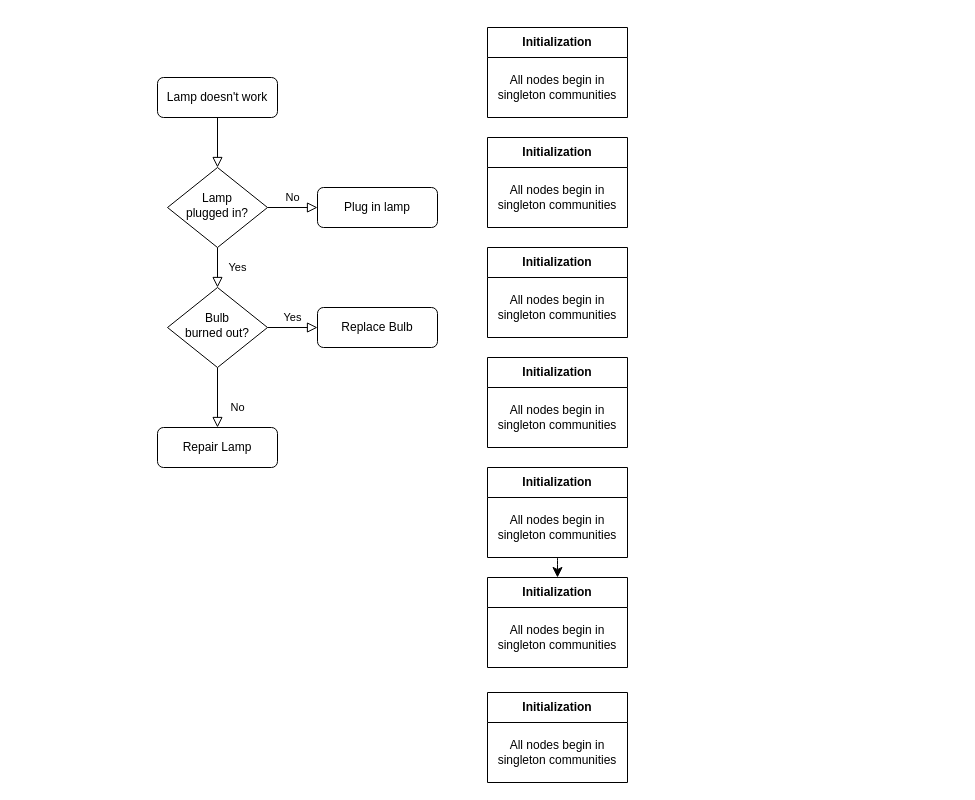
The draw.io diagram NWSC.drawio in Ekocms/blank-app, before the edit. Source tidied: cells renumbered, new cells numbered last; positions are measured from the earlier drawing's top-left corner, leaving out a move shared by most shapes. Both pictures are drawn from the tidied source at 100%, with x=0, y=0 at pixel (157, 27).
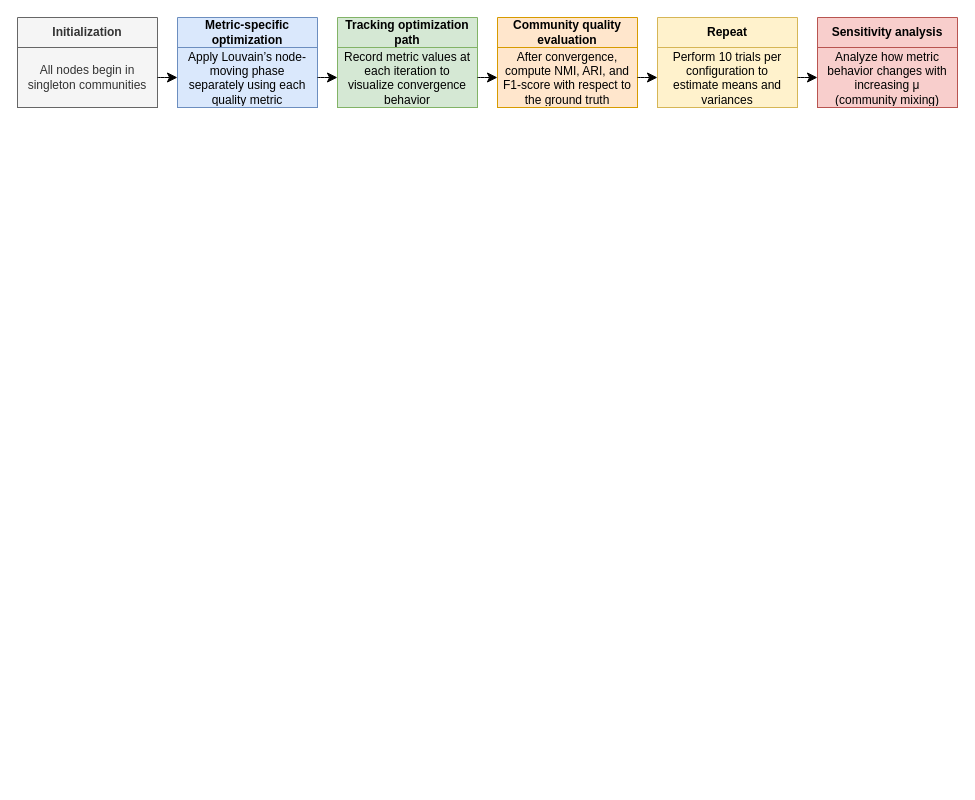
The same diagram, later.

What changed in the source:
```diff
@@
-    <mxCell id="2" style="rounded=0;html=1;jettySize=auto;fontSize=11;endArrow=block;endFill=0;endSize=8;strokeWidth=1;shadow=0;labelBackgroundColor=none;edgeStyle=orthogonalEdgeStyle;" parent="1" edge="1" source="3" target="6">
-      <mxGeometry relative="1" as="geometry" />
-    </mxCell>
-    <mxCell id="3" value="Lamp doesn't work" style="rounded=1;whiteSpace=wrap;html=1;fontSize=12;glass=0;strokeWidth=1;shadow=0;" parent="1" vertex="1">
-      <mxGeometry y="50" width="120" height="40" as="geometry" />
-    </mxCell>
-    <mxCell id="4" value="Yes" style="rounded=0;html=1;jettySize=auto;fontSize=11;endArrow=block;endFill=0;endSize=8;strokeWidth=1;shadow=0;labelBackgroundColor=none;edgeStyle=orthogonalEdgeStyle;" parent="1" edge="1" source="6" target="10">
-      <mxGeometry y="20" relative="1" as="geometry" />
-    </mxCell>
-    <mxCell id="5" value="No" style="edgeStyle=orthogonalEdgeStyle;rounded=0;html=1;jettySize=auto;fontSize=11;endArrow=block;endFill=0;endSize=8;strokeWidth=1;shadow=0;labelBackgroundColor=none;" parent="1" edge="1" source="6" target="7">
-      <mxGeometry y="10" relative="1" as="geometry" />
-    </mxCell>
-    <mxCell id="6" value="Lamp&lt;br&gt;plugged in?" style="rhombus;whiteSpace=wrap;html=1;shadow=0;fontFamily=Helvetica;fontSize=12;align=center;strokeWidth=1;spacing=6;spacingTop=-4;" parent="1" vertex="1">
-      <mxGeometry x="10" y="140" width="100" height="80" as="geometry" />
-    </mxCell>
-    <mxCell id="7" value="Plug in lamp" style="rounded=1;whiteSpace=wrap;html=1;fontSize=12;glass=0;strokeWidth=1;shadow=0;" parent="1" vertex="1">
-      <mxGeometry x="160" y="160" width="120" height="40" as="geometry" />
-    </mxCell>
-    <mxCell id="8" value="No" style="rounded=0;html=1;jettySize=auto;fontSize=11;endArrow=block;endFill=0;endSize=8;strokeWidth=1;shadow=0;labelBackgroundColor=none;edgeStyle=orthogonalEdgeStyle;" parent="1" edge="1" source="10" target="11">
-      <mxGeometry x="0.33" y="20" relative="1" as="geometry" />
-    </mxCell>
-    <mxCell id="9" value="Yes" style="edgeStyle=orthogonalEdgeStyle;rounded=0;html=1;jettySize=auto;fontSize=11;endArrow=block;endFill=0;endSize=8;strokeWidth=1;shadow=0;labelBackgroundColor=none;" parent="1" edge="1" source="10" target="12">
-      <mxGeometry y="10" relative="1" as="geometry" />
-    </mxCell>
-    <mxCell id="10" value="Bulb&lt;br&gt;burned out?" style="rhombus;whiteSpace=wrap;html=1;shadow=0;fontFamily=Helvetica;fontSize=12;align=center;strokeWidth=1;spacing=6;spacingTop=-4;" parent="1" vertex="1">
-      <mxGeometry x="10" y="260" width="100" height="80" as="geometry" />
-    </mxCell>
-    <mxCell id="11" value="Repair Lamp" style="rounded=1;whiteSpace=wrap;html=1;fontSize=12;glass=0;strokeWidth=1;shadow=0;" parent="1" vertex="1">
-      <mxGeometry y="400" width="120" height="40" as="geometry" />
-    </mxCell>
-    <mxCell id="12" value="Replace Bulb" style="rounded=1;whiteSpace=wrap;html=1;fontSize=12;glass=0;strokeWidth=1;shadow=0;" parent="1" vertex="1">
-      <mxGeometry x="160" y="280" width="120" height="40" as="geometry" />
-    </mxCell>
-    <mxCell id="13" value="&lt;b&gt;Initialization&lt;/b&gt;" style="swimlane;fontStyle=0;horizontal=1;startSize=30;whiteSpace=wrap;html=1;" parent="1" vertex="1">
-      <mxGeometry x="330" width="140" height="90" as="geometry" />
+    <mxCell id="13" value="&lt;b&gt;Initialization&lt;/b&gt;" style="swimlane;fontStyle=0;horizontal=1;startSize=30;whiteSpace=wrap;html=1;fillColor=#f5f5f5;fontColor=#333333;strokeColor=#666666;" parent="1" vertex="1">
+      <mxGeometry x="-140" y="-10" width="140" height="90" as="geometry" />
     </mxCell>
-    <mxCell id="14" value="All nodes begin in singleton communities" style="text;strokeColor=none;fillColor=none;align=center;verticalAlign=middle;spacingLeft=4;spacingRight=4;overflow=hidden;points=[[0,0.5],[1,0.5]];portConstraint=eastwest;whiteSpace=wrap;html=1;" parent="13" vertex="1">
+    <mxCell id="14" value="All nodes begin in singleton communities" style="text;strokeColor=#666666;fillColor=#f5f5f5;align=center;verticalAlign=middle;spacingLeft=4;spacingRight=4;overflow=hidden;points=[[0,0.5],[1,0.5]];portConstraint=eastwest;whiteSpace=wrap;html=1;fontColor=#333333;" parent="13" vertex="1">
       <mxGeometry y="30" width="140" height="60" as="geometry" />
     </mxCell>
-    <mxCell id="15" value="&lt;b&gt;Initialization&lt;/b&gt;" style="swimlane;fontStyle=0;horizontal=1;startSize=30;whiteSpace=wrap;html=1;" parent="1" vertex="1">
-      <mxGeometry x="330" y="110" width="140" height="90" as="geometry" />
+    <mxCell id="15" value="&lt;b&gt;Metric-specific optimization&lt;/b&gt;" style="swimlane;fontStyle=0;horizontal=1;startSize=30;whiteSpace=wrap;html=1;fillColor=#dae8fc;strokeColor=#6c8ebf;" parent="1" vertex="1">
+      <mxGeometry x="20" y="-10" width="140" height="90" as="geometry" />
     </mxCell>
-    <mxCell id="16" value="All nodes begin in singleton communities" style="text;strokeColor=none;fillColor=none;align=center;verticalAlign=middle;spacingLeft=4;spacingRight=4;overflow=hidden;points=[[0,0.5],[1,0.5]];portConstraint=eastwest;whiteSpace=wrap;html=1;" parent="15" vertex="1">
+    <mxCell id="16" value="Apply Louvain’s node-moving phase separately using each quality metric" style="text;strokeColor=#6c8ebf;fillColor=#dae8fc;align=center;verticalAlign=middle;spacingLeft=4;spacingRight=4;overflow=hidden;points=[[0,0.5],[1,0.5]];portConstraint=eastwest;whiteSpace=wrap;html=1;" parent="15" vertex="1">
       <mxGeometry y="30" width="140" height="60" as="geometry" />
     </mxCell>
-    <mxCell id="17" value="&lt;b&gt;Initialization&lt;/b&gt;" style="swimlane;fontStyle=0;horizontal=1;startSize=30;whiteSpace=wrap;html=1;" parent="1" vertex="1">
-      <mxGeometry x="330" y="220" width="140" height="90" as="geometry" />
+    <mxCell id="17" value="&lt;b&gt;Tracking optimization path&lt;/b&gt;" style="swimlane;fontStyle=0;horizontal=1;startSize=30;whiteSpace=wrap;html=1;fillColor=#d5e8d4;strokeColor=#82b366;" parent="1" vertex="1">
+      <mxGeometry x="180" y="-10" width="140" height="90" as="geometry" />
     </mxCell>
-    <mxCell id="18" value="All nodes begin in singleton communities" style="text;strokeColor=none;fillColor=none;align=center;verticalAlign=middle;spacingLeft=4;spacingRight=4;overflow=hidden;points=[[0,0.5],[1,0.5]];portConstraint=eastwest;whiteSpace=wrap;html=1;" parent="17" vertex="1">
+    <mxCell id="18" value="Record metric values at each iteration to visualize convergence behavior" style="text;strokeColor=#82b366;fillColor=#d5e8d4;align=center;verticalAlign=middle;spacingLeft=4;spacingRight=4;overflow=hidden;points=[[0,0.5],[1,0.5]];portConstraint=eastwest;whiteSpace=wrap;html=1;" parent="17" vertex="1">
       <mxGeometry y="30" width="140" height="60" as="geometry" />
     </mxCell>
-    <mxCell id="19" value="&lt;b&gt;Initialization&lt;/b&gt;" style="swimlane;fontStyle=0;horizontal=1;startSize=30;whiteSpace=wrap;html=1;" parent="1" vertex="1">
-      <mxGeometry x="330" y="330" width="140" height="90" as="geometry" />
+    <mxCell id="19" value="&lt;b&gt;Community quality evaluation&lt;/b&gt;" style="swimlane;fontStyle=0;horizontal=1;startSize=30;whiteSpace=wrap;html=1;fillColor=#ffe6cc;strokeColor=#d79b00;" parent="1" vertex="1">
+      <mxGeometry x="340" y="-10" width="140" height="90" as="geometry" />
     </mxCell>
-    <mxCell id="20" value="All nodes begin in singleton communities" style="text;strokeColor=none;fillColor=none;align=center;verticalAlign=middle;spacingLeft=4;spacingRight=4;overflow=hidden;points=[[0,0.5],[1,0.5]];portConstraint=eastwest;whiteSpace=wrap;html=1;" parent="19" vertex="1">
+    <mxCell id="20" value="After convergence, compute NMI, ARI, and F1-score with respect to the ground truth" style="text;strokeColor=#d79b00;fillColor=#ffe6cc;align=center;verticalAlign=middle;spacingLeft=4;spacingRight=4;overflow=hidden;points=[[0,0.5],[1,0.5]];portConstraint=eastwest;whiteSpace=wrap;html=1;" parent="19" vertex="1">
       <mxGeometry y="30" width="140" height="60" as="geometry" />
     </mxCell>
-    <mxCell id="21" value="&lt;b&gt;Initialization&lt;/b&gt;" style="swimlane;fontStyle=0;horizontal=1;startSize=30;whiteSpace=wrap;html=1;" parent="1" vertex="1">
-      <mxGeometry x="330" y="665" width="140" height="90" as="geometry" />
-    </mxCell>
-    <mxCell id="22" value="All nodes begin in singleton communities" style="text;strokeColor=none;fillColor=none;align=center;verticalAlign=middle;spacingLeft=4;spacingRight=4;overflow=hidden;whiteSpace=wrap;html=1;" parent="21" vertex="1">
-      <mxGeometry y="30" width="140" height="60" as="geometry" />
-    </mxCell>
-    <mxCell id="23" value="&lt;b&gt;Initialization&lt;/b&gt;" style="swimlane;fontStyle=0;horizontal=1;startSize=30;whiteSpace=wrap;html=1;" parent="1" vertex="1">
-      <mxGeometry x="330" y="550" width="140" height="90" as="geometry" />
+    <mxCell id="23" value="&lt;b&gt;Sensitivity analysis&lt;/b&gt;" style="swimlane;fontStyle=0;horizontal=1;startSize=30;whiteSpace=wrap;html=1;fillColor=#f8cecc;strokeColor=#b85450;" parent="1" vertex="1">
+      <mxGeometry x="660" y="-10" width="140" height="90" as="geometry" />
     </mxCell>
-    <mxCell id="24" value="All nodes begin in singleton communities" style="text;strokeColor=none;fillColor=none;align=center;verticalAlign=middle;spacingLeft=4;spacingRight=4;overflow=hidden;points=[[0,0.5],[1,0.5]];portConstraint=eastwest;whiteSpace=wrap;html=1;" parent="23" vertex="1">
+    <mxCell id="24" value="Analyze how metric behavior changes with increasing μ (community mixing)" style="text;strokeColor=#b85450;fillColor=#f8cecc;align=center;verticalAlign=middle;spacingLeft=4;spacingRight=4;overflow=hidden;points=[[0,0.5],[1,0.5]];portConstraint=eastwest;whiteSpace=wrap;html=1;" parent="23" vertex="1">
       <mxGeometry y="30" width="140" height="60" as="geometry" />
     </mxCell>
-    <mxCell id="25" style="edgeStyle=none;curved=1;rounded=0;jettySize=auto;html=1;exitX=0.5;exitY=1;exitDx=0;exitDy=0;entryX=0.5;entryY=0;entryDx=0;entryDy=0;fontSize=12;startSize=8;endSize=8;" parent="1" edge="1" source="26" target="23">
-      <mxGeometry relative="1" as="geometry" />
-    </mxCell>
-    <mxCell id="26" value="&lt;b&gt;Initialization&lt;/b&gt;" style="swimlane;fontStyle=0;horizontal=1;startSize=30;whiteSpace=wrap;html=1;" parent="1" vertex="1">
-      <mxGeometry x="330" y="440" width="140" height="90" as="geometry" />
+    <mxCell id="26" value="&lt;b&gt;Repeat&lt;/b&gt;" style="swimlane;fontStyle=0;horizontal=1;startSize=30;whiteSpace=wrap;html=1;fillColor=#fff2cc;strokeColor=#d6b656;" parent="1" vertex="1">
+      <mxGeometry x="500" y="-10" width="140" height="90" as="geometry" />
     </mxCell>
-    <mxCell id="27" value="All nodes begin in singleton communities" style="text;strokeColor=none;fillColor=none;align=center;verticalAlign=middle;spacingLeft=4;spacingRight=4;overflow=hidden;points=[[0,0.5],[1,0.5]];portConstraint=eastwest;whiteSpace=wrap;html=1;" parent="26" vertex="1">
+    <mxCell id="27" value="Perform 10 trials per configuration to estimate means and variances" style="text;strokeColor=#d6b656;fillColor=#fff2cc;align=center;verticalAlign=middle;spacingLeft=4;spacingRight=4;overflow=hidden;points=[[0,0.5],[1,0.5]];portConstraint=eastwest;whiteSpace=wrap;html=1;" parent="26" vertex="1">
       <mxGeometry y="30" width="140" height="60" as="geometry" />
     </mxCell>
+    <mxCell id="28" style="edgeStyle=none;curved=1;rounded=0;jettySize=auto;html=1;exitX=1;exitY=0.5;exitDx=0;exitDy=0;fontSize=12;startSize=8;endSize=8;" parent="1" edge="1" source="16" target="18">
+      <mxGeometry relative="1" as="geometry" />
+    </mxCell>
+    <mxCell id="29" style="edgeStyle=none;curved=1;rounded=0;jettySize=auto;html=1;exitX=1;exitY=0.5;exitDx=0;exitDy=0;entryX=0;entryY=0.5;entryDx=0;entryDy=0;fontSize=12;startSize=8;endSize=8;" parent="1" edge="1" source="14" target="16">
+      <mxGeometry relative="1" as="geometry" />
+    </mxCell>
+    <mxCell id="30" style="edgeStyle=none;curved=1;rounded=0;jettySize=auto;html=1;exitX=1;exitY=0.5;exitDx=0;exitDy=0;entryX=0;entryY=0.5;entryDx=0;entryDy=0;fontSize=12;startSize=8;endSize=8;" parent="1" edge="1" source="18" target="20">
+      <mxGeometry relative="1" as="geometry" />
+    </mxCell>
+    <mxCell id="31" style="edgeStyle=none;curved=1;rounded=0;jettySize=auto;html=1;exitX=1;exitY=0.5;exitDx=0;exitDy=0;entryX=0;entryY=0.5;entryDx=0;entryDy=0;fontSize=12;startSize=8;endSize=8;" parent="1" edge="1" source="20" target="27">
+      <mxGeometry relative="1" as="geometry" />
+    </mxCell>
+    <mxCell id="32" style="edgeStyle=none;curved=1;rounded=0;jettySize=auto;html=1;exitX=1;exitY=0.5;exitDx=0;exitDy=0;entryX=0;entryY=0.5;entryDx=0;entryDy=0;fontSize=12;startSize=8;endSize=8;" parent="1" edge="1" source="27" target="24">
+      <mxGeometry relative="1" as="geometry" />
+    </mxCell>
```
